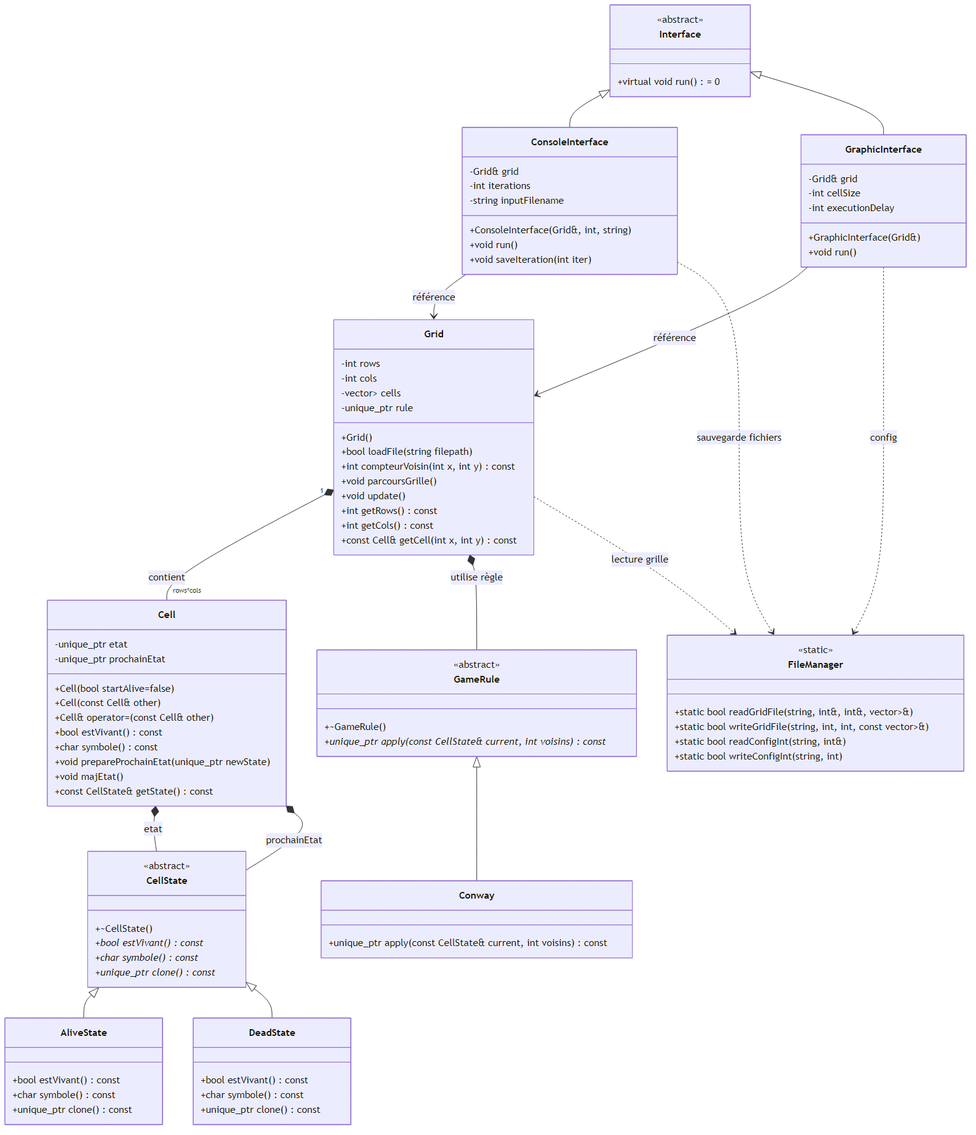
ZiKorT/Game-Of-Life keeps this Mermaid diagram as Diagrammes/Diagramme_de_classes/diagramme_de_classes_projet.png. Above is the earlier version. Its source is kept beside it as Diagrammes/Diagramme_de_classes/diagramme_de_classes_projet.mmd. Its diagram source:
```mermaid
classDiagram
class CellState {
    <<abstract>>
    +~CellState()
    +bool estVivant() const*
    +char symbole() const*
    +unique_ptr<CellState> clone() const*
}

class AliveState {
    +bool estVivant() const
    +char symbole() const
    +unique_ptr<CellState> clone() const
}

class DeadState {
    +bool estVivant() const
    +char symbole() const
    +unique_ptr<CellState> clone() const
}

CellState <|-- AliveState
CellState <|-- DeadState


class Cell {
    -unique_ptr<CellState> etat
    -unique_ptr<CellState> prochainEtat
    +Cell(bool startAlive=false)
    +Cell(const Cell& other)
    +Cell& operator=(const Cell& other)
    +bool estVivant() const
    +char symbole() const
    +void prepareProchainEtat(unique_ptr<CellState> newState)
    +void majEtat()
    +const CellState& getState() const
}

Cell *-- CellState : etat
Cell *-- CellState : prochainEtat


class GameRule {
    <<abstract>>
    +~GameRule()
    +unique_ptr<CellState> apply(const CellState& current, int voisins) const*
}

class Conway {
    +unique_ptr<CellState> apply(const CellState& current, int voisins) const
}

GameRule <|-- Conway


class Grid {
    -int rows
    -int cols
    -vector<vector<Cell>> cells
    -unique_ptr<GameRule> rule

    +Grid()
    +bool loadFile(string filepath)
    +int compteurVoisin(int x, int y) const
    +void parcoursGrille()
    +void update()
    +int getRows() const
    +int getCols() const
    +const Cell& getCell(int x, int y) const
}

Grid "1" *-- "rows*cols" Cell : contient
Grid *-- GameRule : utilise règle


class FileManager {
    <<static>>
    +static bool readGridFile(string, int&, int&, vector<vector<int>>&)
    +static bool writeGridFile(string, int, int, const vector<vector<int>>&)
    +static bool readConfigInt(string, int&)
    +static bool writeConfigInt(string, int)
}


class Interface {
    <<abstract>>
    +virtual void run() = 0
}

class ConsoleInterface {
    -Grid& grid
    -int iterations
    -string inputFilename

    +ConsoleInterface(Grid&, int, string)
    +void run()
    +void saveIteration(int iter)
}

class GraphicInterface {
    -Grid& grid
    -int cellSize
    -int executionDelay

    +GraphicInterface(Grid&)
    +void run()
}

Interface <|-- ConsoleInterface
Interface <|-- GraphicInterface

ConsoleInterface --> Grid : référence
GraphicInterface --> Grid : référence

ConsoleInterface ..> FileManager : sauvegarde fichiers
Grid ..> FileManager : lecture grille
GraphicInterface ..> FileManager : config
```
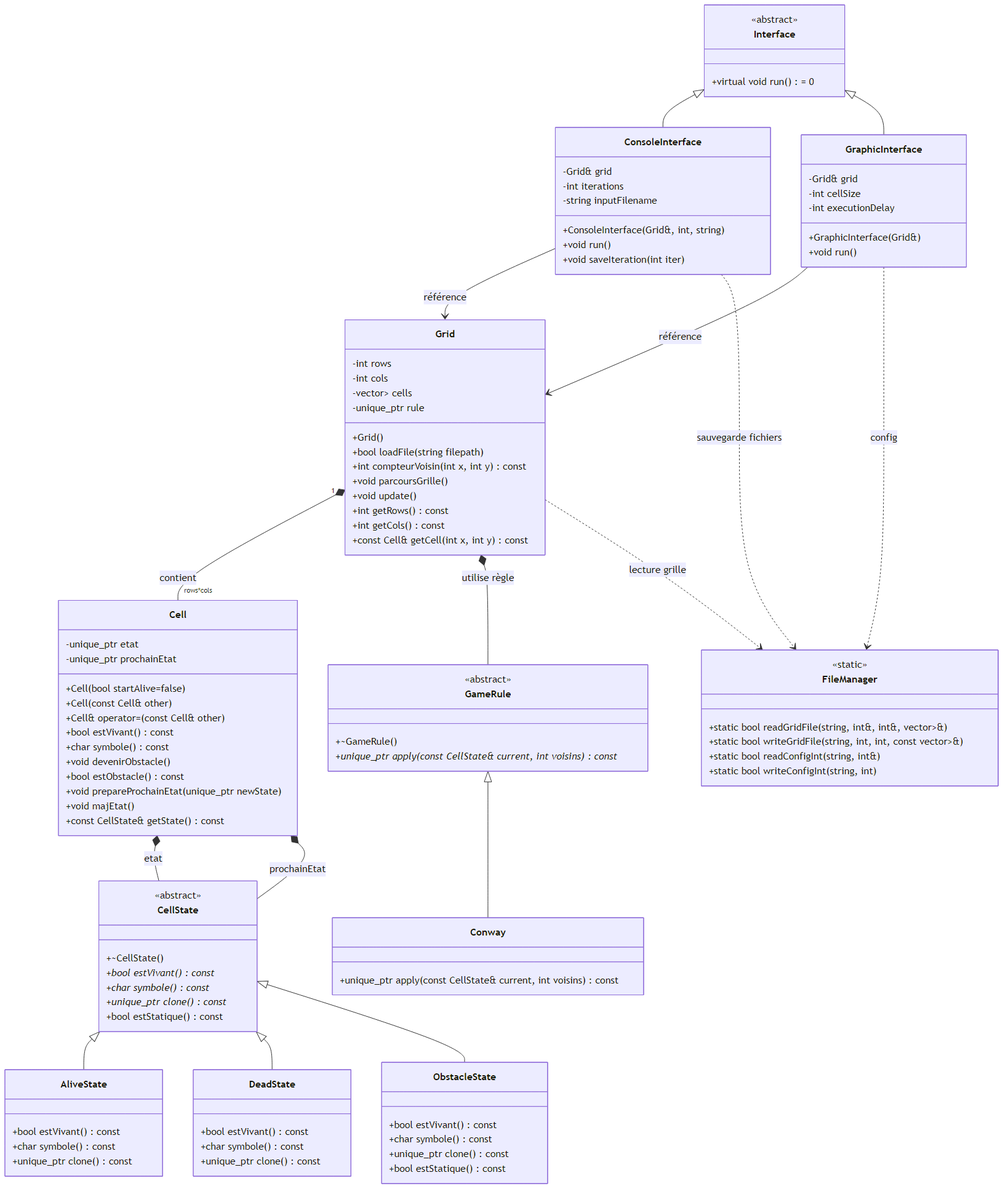
The same diagram one commit later.

Commit message:
Petites optimisations headers + Changement diagramme de classes (bonus de l'obstacle)

What changed in the source:
```diff
@@ -1,10 +1,12 @@
 classDiagram
+
 class CellState {
     <<abstract>>
     +~CellState()
     +bool estVivant() const*
     +char symbole() const*
     +unique_ptr<CellState> clone() const*
+    +bool estStatique() const
 }
 
 class AliveState {
@@ -19,8 +21,16 @@
     +unique_ptr<CellState> clone() const
 }
 
+class ObstacleState {
+    +bool estVivant() const
+    +char symbole() const
+    +unique_ptr<CellState> clone() const
+    +bool estStatique() const
+}
+
 CellState <|-- AliveState
 CellState <|-- DeadState
+CellState <|-- ObstacleState
 
 
 class Cell {
@@ -31,6 +41,8 @@
     +Cell& operator=(const Cell& other)
     +bool estVivant() const
     +char symbole() const
+    +void devenirObstacle()
+    +bool estObstacle() const
     +void prepareProchainEtat(unique_ptr<CellState> newState)
     +void majEtat()
     +const CellState& getState() const
@@ -113,5 +125,5 @@
 GraphicInterface --> Grid : référence
 
 ConsoleInterface ..> FileManager : sauvegarde fichiers
-Grid ..> FileManager : lecture grille
+Grid .. > FileManager : lecture grille
 GraphicInterface ..> FileManager : config
```
